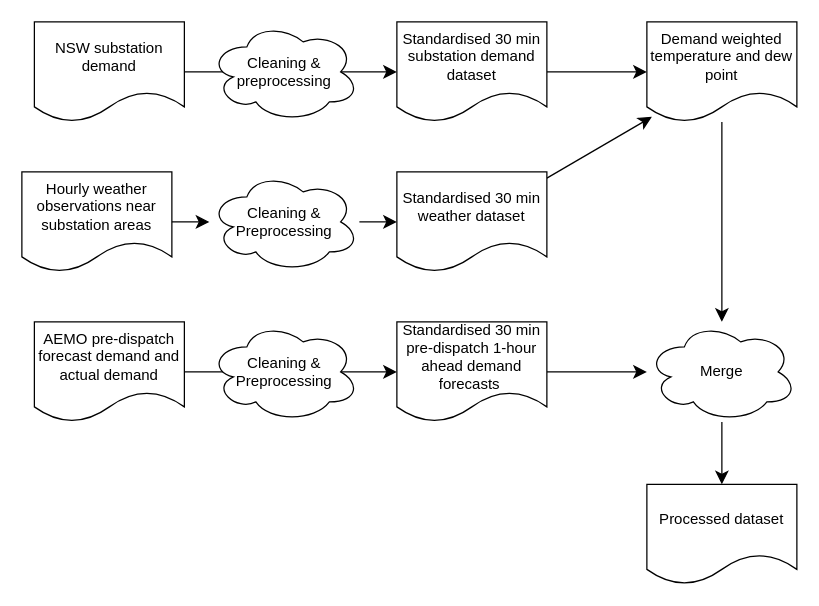
cody-mcrae/drawio keeps this draw.io diagram as Untitled Diagram.drawio. Above is the earlier version. Source tidied: cells renumbered, new cells numbered last; positions are measured from the earlier drawing's top-left corner, leaving out a move shared by most shapes. Both pictures are drawn from the tidied source at 125%, with x=0, y=0 at pixel (21, 21).
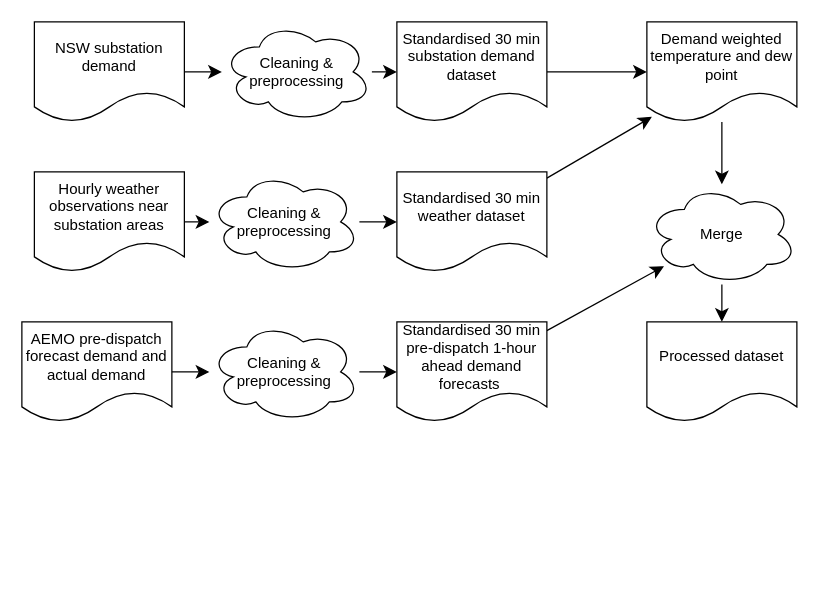
The same page after the edit.

The change refers to these unchanged cells:
```xml
<mxCell id="3" value="NSW substation demand" style="shape=document;whiteSpace=wrap;html=1;boundedLbl=1;" parent="1" vertex="1">
  <mxGeometry x="10" width="120" height="80" as="geometry" />
</mxCell>
<mxCell id="13" value="Standardised 30 min weather dataset" style="shape=document;whiteSpace=wrap;html=1;boundedLbl=1;" parent="1" vertex="1">
  <mxGeometry x="300" y="120" width="120" height="80" as="geometry" />
</mxCell>
<mxCell id="15" value="Standardised 30 min pre-dispatch 1-hour ahead demand forecasts&amp;nbsp;" style="shape=document;whiteSpace=wrap;html=1;boundedLbl=1;" parent="1" vertex="1">
  <mxGeometry x="300" y="240" width="120" height="80" as="geometry" />
</mxCell>
```

The edit, as a diff of the source:
```diff
@@
-    <mxCell id="2" style="edgeStyle=none;curved=1;rounded=0;jettySize=auto;html=1;fontSize=12;startSize=8;endSize=8;" parent="1" edge="1" source="3">
+    <mxCell id="2" style="edgeStyle=none;curved=1;rounded=0;jettySize=auto;html=1;fontSize=12;startSize=8;endSize=8;" parent="1" edge="1" source="19">
       <mxGeometry relative="1" as="geometry">
         <mxPoint x="300" y="40" as="targetPoint" />
       </mxGeometry>
     </mxCell>
@@
-    <mxCell id="4" style="edgeStyle=none;curved=1;rounded=0;jettySize=auto;html=1;fontSize=12;startSize=8;endSize=8;" parent="1" edge="1" source="22">
-      <mxGeometry relative="1" as="geometry">
-        <mxPoint x="300" y="160" as="targetPoint" />
-      </mxGeometry>
-    </mxCell>
+    <mxCell id="23" style="edgeStyle=none;curved=1;rounded=0;jettySize=auto;html=1;fontSize=12;startSize=8;endSize=8;" parent="1" edge="1" source="22" target="13">
+      <mxGeometry relative="1" as="geometry" />
+    </mxCell>
     <mxCell id="5" value="Hourly weather observations near substation areas" style="shape=document;whiteSpace=wrap;html=1;boundedLbl=1;" parent="1" vertex="1">
-      <mxGeometry y="120" width="120" height="80" as="geometry" />
+      <mxGeometry x="10" y="120" width="120" height="80" as="geometry" />
     </mxCell>
-    <mxCell id="6" style="edgeStyle=none;curved=1;rounded=0;jettySize=auto;html=1;fontSize=12;startSize=8;endSize=8;entryX=0;entryY=0.5;entryDx=0;entryDy=0;" parent="1" edge="1" source="7" target="15">
+    <mxCell id="6" style="edgeStyle=none;curved=1;rounded=0;jettySize=auto;html=1;fontSize=12;startSize=8;endSize=8;entryX=0;entryY=0.5;entryDx=0;entryDy=0;" parent="1" edge="1" source="20" target="15">
       <mxGeometry relative="1" as="geometry" />
     </mxCell>
     <mxCell id="7" value="AEMO pre-dispatch forecast demand and actual demand" style="shape=document;whiteSpace=wrap;html=1;boundedLbl=1;" parent="1" vertex="1">
-      <mxGeometry x="10" y="240" width="120" height="80" as="geometry" />
+      <mxGeometry y="240" width="120" height="80" as="geometry" />
     </mxCell>
@@
     <mxCell id="17" value="Merge" style="ellipse;shape=cloud;whiteSpace=wrap;html=1;" parent="1" vertex="1">
-      <mxGeometry x="500" y="240" width="120" height="80" as="geometry" />
+      <mxGeometry x="500" y="130" width="120" height="80" as="geometry" />
     </mxCell>
     <mxCell id="18" value="Processed dataset" style="shape=document;whiteSpace=wrap;html=1;boundedLbl=1;" parent="1" vertex="1">
-      <mxGeometry x="500" y="370" width="120" height="80" as="geometry" />
+      <mxGeometry x="500" y="240" width="120" height="80" as="geometry" />
     </mxCell>
-    <mxCell id="19" value="Cleaning &amp;amp; preprocessing" style="ellipse;shape=cloud;whiteSpace=wrap;html=1;" parent="1" vertex="1">
-      <mxGeometry x="150" width="120" height="80" as="geometry" />
-    </mxCell>
-    <mxCell id="20" value="Cleaning &amp;amp; Preprocessing" style="ellipse;shape=cloud;whiteSpace=wrap;html=1;" parent="1" vertex="1">
-      <mxGeometry x="150" y="240" width="120" height="80" as="geometry" />
-    </mxCell>
@@
-    <mxCell id="22" value="Cleaning &amp;amp; Preprocessing" style="ellipse;shape=cloud;whiteSpace=wrap;html=1;" parent="1" vertex="1">
+    <mxCell id="22" value="Cleaning &amp;amp; preprocessing" style="ellipse;shape=cloud;whiteSpace=wrap;html=1;" parent="1" vertex="1">
       <mxGeometry x="150" y="120" width="120" height="80" as="geometry" />
     </mxCell>
+    <mxCell id="24" style="edgeStyle=none;curved=1;rounded=0;jettySize=auto;html=1;fontSize=12;startSize=8;endSize=8;" parent="1" edge="1" source="3" target="19">
+      <mxGeometry relative="1" as="geometry" />
+    </mxCell>
+    <mxCell id="19" value="Cleaning &amp;amp; preprocessing" style="ellipse;shape=cloud;whiteSpace=wrap;html=1;" parent="1" vertex="1">
+      <mxGeometry x="160" width="120" height="80" as="geometry" />
+    </mxCell>
+    <mxCell id="25" style="edgeStyle=none;curved=1;rounded=0;jettySize=auto;html=1;fontSize=12;startSize=8;endSize=8;entryX=0;entryY=0.5;entryDx=0;entryDy=0;" parent="1" edge="1" source="7" target="20">
+      <mxGeometry relative="1" as="geometry">
+        <Array as="points">
+          <mxPoint x="150" y="280" />
+        </Array>
+      </mxGeometry>
+    </mxCell>
+    <mxCell id="20" value="Cleaning &amp;amp; preprocessing" style="ellipse;shape=cloud;whiteSpace=wrap;html=1;" parent="1" vertex="1">
+      <mxGeometry x="150" y="240" width="120" height="80" as="geometry" />
+    </mxCell>
```
